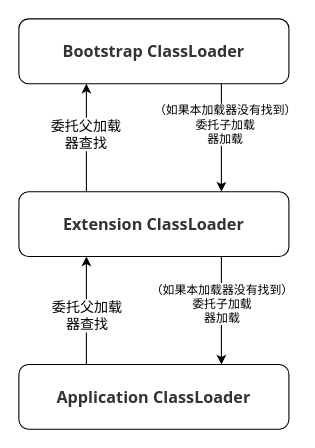
This is JVM/双亲委派机制.drawio from codeyunze/drawio, a draw.io file, before an edit. Source tidied: cells renumbered, new cells numbered last; positions are measured from the earlier drawing's top-left corner, leaving out a move shared by most shapes. Both pictures are drawn from the tidied source at 108%, with x=0, y=0 at pixel (18, 18).
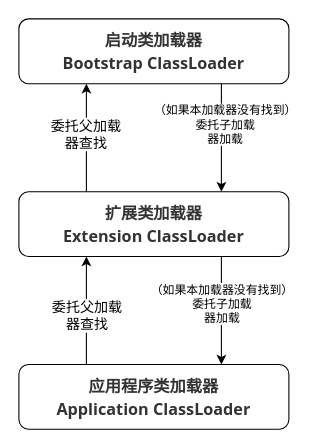
The same diagram, later.

Commit message (it also covers changes not shown here):
更新双亲委派机制.drawio

What changed in the source:
```diff
@@
 <mxGraphModel>
   <root>
     <mxCell id="0" />
     <mxCell id="1" parent="0" />
     <mxCell id="2" style="edgeStyle=orthogonalEdgeStyle;rounded=0;jettySize=auto;html=1;exitX=0.75;exitY=1;exitDx=0;exitDy=0;entryX=0.75;entryY=0;entryDx=0;entryDy=0;" parent="1" edge="1" source="4" target="9">
       <mxGeometry relative="1" as="geometry" />
     </mxCell>
     <mxCell id="3" value="&lt;div&gt;（如果本加载器没有找到）&lt;/div&gt;委托子加载&lt;div&gt;器加载&lt;/div&gt;" style="edgeLabel;html=1;align=center;verticalAlign=middle;" parent="2" vertex="1">
       <mxGeometry x="-0.26" y="3" relative="1" as="geometry" />
     </mxCell>
-    <mxCell id="4" value="&lt;h4 style=&quot;box-sizing: border-box; white-space-collapse: preserve; break-after: avoid-page; break-inside: avoid; orphans: 4; font-size: 1.25em; margin-top: 1rem; margin-bottom: 1rem; position: relative; line-height: 1.4; cursor: text; caret-color: rgb(0, 122, 255); color: rgb(51, 51, 51); font-family: &amp;quot;Open Sans&amp;quot;, &amp;quot;Clear Sans&amp;quot;, &amp;quot;Helvetica Neue&amp;quot;, Helvetica, Arial, &amp;quot;Segoe UI Emoji&amp;quot;, &amp;quot;SF Pro&amp;quot;, sans-serif; text-align: start; background-color: rgb(255, 255, 255);&quot; class=&quot;md-end-block md-heading md-focus&quot;&gt;&lt;span style=&quot;box-sizing: border-box;&quot; class=&quot;md-plain md-expand&quot;&gt;Bootstrap ClassLoader&lt;/span&gt;&lt;/h4&gt;" style="rounded=1;whiteSpace=wrap;html=1;" parent="1" vertex="1">
+    <mxCell id="4" value="&lt;div style=&quot;line-height: 30%;&quot;&gt;&lt;h4 style=&quot;box-sizing: border-box; white-space-collapse: preserve; break-after: avoid-page; break-inside: avoid; orphans: 4; font-size: 1.25em; margin-top: 1rem; margin-bottom: 1rem; position: relative; cursor: text; caret-color: rgb(0, 122, 255); color: rgb(51, 51, 51); background-color: rgb(255, 255, 255); font-family: &amp;quot;Open Sans&amp;quot;, &amp;quot;Clear Sans&amp;quot;, &amp;quot;Helvetica Neue&amp;quot;, Helvetica, Arial, &amp;quot;Segoe UI Emoji&amp;quot;, &amp;quot;SF Pro&amp;quot;, sans-serif; line-height: 30%;&quot; class=&quot;md-end-block md-heading md-focus&quot;&gt;&lt;span style=&quot;box-sizing: border-box;&quot; class=&quot;md-plain md-expand&quot;&gt;启动类加载器&lt;/span&gt;&lt;/h4&gt;&lt;h4 style=&quot;box-sizing: border-box; white-space-collapse: preserve; break-after: avoid-page; break-inside: avoid; orphans: 4; font-size: 1.25em; margin-top: 1rem; margin-bottom: 1rem; position: relative; cursor: text; caret-color: rgb(0, 122, 255); color: rgb(51, 51, 51); background-color: rgb(255, 255, 255); font-family: &amp;quot;Open Sans&amp;quot;, &amp;quot;Clear Sans&amp;quot;, &amp;quot;Helvetica Neue&amp;quot;, Helvetica, Arial, &amp;quot;Segoe UI Emoji&amp;quot;, &amp;quot;SF Pro&amp;quot;, sans-serif; line-height: 30%;&quot; class=&quot;md-end-block md-heading md-focus&quot;&gt;&lt;span style=&quot;box-sizing: border-box;&quot; class=&quot;md-plain md-expand&quot;&gt;Bootstrap ClassLoader&lt;/span&gt;&lt;/h4&gt;&lt;/div&gt;" style="rounded=1;whiteSpace=wrap;html=1;align=center;" parent="1" vertex="1">
       <mxGeometry width="250" height="60" as="geometry" />
     </mxCell>
     <mxCell id="5" style="edgeStyle=orthogonalEdgeStyle;rounded=0;jettySize=auto;html=1;exitX=0.25;exitY=0;exitDx=0;exitDy=0;entryX=0.25;entryY=1;entryDx=0;entryDy=0;" parent="1" edge="1" source="9" target="4">
       <mxGeometry relative="1" as="geometry" />
     </mxCell>
     <mxCell id="6" value="&lt;font style=&quot;font-size: 13px;&quot;&gt;委托父加载&lt;/font&gt;&lt;div&gt;&lt;font style=&quot;font-size: 13px;&quot;&gt;器查找&lt;/font&gt;&lt;/div&gt;" style="edgeLabel;html=1;align=center;verticalAlign=middle;" parent="5" vertex="1">
       <mxGeometry x="0.08" y="2" relative="1" as="geometry">
         <mxPoint x="1" as="offset" />
       </mxGeometry>
     </mxCell>
     <mxCell id="7" style="edgeStyle=orthogonalEdgeStyle;rounded=0;jettySize=auto;html=1;exitX=0.75;exitY=1;exitDx=0;exitDy=0;entryX=0.75;entryY=0;entryDx=0;entryDy=0;" parent="1" edge="1" source="9" target="12">
       <mxGeometry relative="1" as="geometry" />
     </mxCell>
     <mxCell id="8" value="（如果本加载器没有找到）&lt;div&gt;委托子加载&lt;div&gt;器加载&lt;/div&gt;&lt;/div&gt;" style="edgeLabel;html=1;align=center;verticalAlign=middle;" parent="7" vertex="1">
       <mxGeometry x="-0.14" relative="1" as="geometry" />
     </mxCell>
-    <mxCell id="9" value="&lt;h4 style=&quot;box-sizing: border-box; white-space-collapse: preserve; break-after: avoid-page; break-inside: avoid; orphans: 4; font-size: 1.25em; margin-top: 1rem; margin-bottom: 1rem; position: relative; line-height: 1.4; cursor: text; caret-color: rgb(0, 122, 255); color: rgb(51, 51, 51); font-family: &amp;quot;Open Sans&amp;quot;, &amp;quot;Clear Sans&amp;quot;, &amp;quot;Helvetica Neue&amp;quot;, Helvetica, Arial, &amp;quot;Segoe UI Emoji&amp;quot;, &amp;quot;SF Pro&amp;quot;, sans-serif; text-align: start; background-color: rgb(255, 255, 255);&quot; class=&quot;md-end-block md-heading md-focus&quot;&gt;&lt;span style=&quot;box-sizing: border-box;&quot; class=&quot;md-plain md-expand&quot;&gt;Extension ClassLoader&lt;/span&gt;&lt;/h4&gt;" style="rounded=1;whiteSpace=wrap;html=1;" parent="1" vertex="1">
+    <mxCell id="9" value="&lt;div style=&quot;line-height: 30%;&quot;&gt;&lt;h4 style=&quot;box-sizing: border-box; white-space-collapse: preserve; break-after: avoid-page; break-inside: avoid; orphans: 4; font-size: 1.25em; margin-top: 1rem; margin-bottom: 1rem; position: relative; cursor: text; caret-color: rgb(0, 122, 255); color: rgb(51, 51, 51); font-family: &amp;quot;Open Sans&amp;quot;, &amp;quot;Clear Sans&amp;quot;, &amp;quot;Helvetica Neue&amp;quot;, Helvetica, Arial, &amp;quot;Segoe UI Emoji&amp;quot;, &amp;quot;SF Pro&amp;quot;, sans-serif; background-color: rgb(255, 255, 255); line-height: 30%;&quot; class=&quot;md-end-block md-heading md-focus&quot;&gt;&lt;span style=&quot;box-sizing: border-box;&quot; class=&quot;md-plain md-expand&quot;&gt;扩展类加载器&lt;/span&gt;&lt;/h4&gt;&lt;h4 style=&quot;box-sizing: border-box; white-space-collapse: preserve; break-after: avoid-page; break-inside: avoid; orphans: 4; font-size: 1.25em; margin-top: 1rem; margin-bottom: 1rem; position: relative; cursor: text; caret-color: rgb(0, 122, 255); color: rgb(51, 51, 51); font-family: &amp;quot;Open Sans&amp;quot;, &amp;quot;Clear Sans&amp;quot;, &amp;quot;Helvetica Neue&amp;quot;, Helvetica, Arial, &amp;quot;Segoe UI Emoji&amp;quot;, &amp;quot;SF Pro&amp;quot;, sans-serif; background-color: rgb(255, 255, 255); line-height: 30%;&quot; class=&quot;md-end-block md-heading md-focus&quot;&gt;&lt;span style=&quot;box-sizing: border-box;&quot; class=&quot;md-plain md-expand&quot;&gt;Extension ClassLoader&lt;/span&gt;&lt;/h4&gt;&lt;/div&gt;" style="rounded=1;whiteSpace=wrap;html=1;align=center;" parent="1" vertex="1">
       <mxGeometry y="160" width="250" height="60" as="geometry" />
     </mxCell>
     <mxCell id="10" style="edgeStyle=orthogonalEdgeStyle;rounded=0;jettySize=auto;html=1;exitX=0.25;exitY=0;exitDx=0;exitDy=0;entryX=0.25;entryY=1;entryDx=0;entryDy=0;" parent="1" edge="1" source="12" target="9">
       <mxGeometry relative="1" as="geometry" />
     </mxCell>
     <mxCell id="11" value="&lt;font style=&quot;font-size: 13px;&quot;&gt;委托父加载&lt;/font&gt;&lt;div&gt;&lt;font style=&quot;font-size: 13px;&quot;&gt;器查找&lt;/font&gt;&lt;/div&gt;" style="edgeLabel;html=1;align=center;verticalAlign=middle;" parent="10" vertex="1">
       <mxGeometry x="-0.08" y="1" relative="1" as="geometry">
         <mxPoint x="1" as="offset" />
       </mxGeometry>
     </mxCell>
-    <mxCell id="12" value="&lt;h4 style=&quot;box-sizing: border-box; white-space-collapse: preserve; break-after: avoid-page; break-inside: avoid; orphans: 4; font-size: 1.25em; margin-top: 1rem; margin-bottom: 1rem; position: relative; line-height: 1.4; cursor: text; caret-color: rgb(0, 122, 255); color: rgb(51, 51, 51); font-family: &amp;quot;Open Sans&amp;quot;, &amp;quot;Clear Sans&amp;quot;, &amp;quot;Helvetica Neue&amp;quot;, Helvetica, Arial, &amp;quot;Segoe UI Emoji&amp;quot;, &amp;quot;SF Pro&amp;quot;, sans-serif; text-align: start; background-color: rgb(255, 255, 255);&quot; class=&quot;md-end-block md-heading md-focus&quot;&gt;&lt;span style=&quot;box-sizing: border-box;&quot; class=&quot;md-plain md-expand&quot;&gt;Application ClassLoader&lt;/span&gt;&lt;/h4&gt;" style="rounded=1;whiteSpace=wrap;html=1;" parent="1" vertex="1">
+    <mxCell id="12" value="&lt;div style=&quot;line-height: 30%;&quot;&gt;&lt;h4 style=&quot;box-sizing: border-box; white-space-collapse: preserve; break-after: avoid-page; break-inside: avoid; orphans: 4; font-size: 1.25em; margin-top: 1rem; margin-bottom: 1rem; position: relative; cursor: text; caret-color: rgb(0, 122, 255); color: rgb(51, 51, 51); font-family: &amp;quot;Open Sans&amp;quot;, &amp;quot;Clear Sans&amp;quot;, &amp;quot;Helvetica Neue&amp;quot;, Helvetica, Arial, &amp;quot;Segoe UI Emoji&amp;quot;, &amp;quot;SF Pro&amp;quot;, sans-serif; background-color: rgb(255, 255, 255); line-height: 30%;&quot; class=&quot;md-end-block md-heading md-focus&quot;&gt;&lt;span style=&quot;box-sizing: border-box;&quot; class=&quot;md-plain md-expand&quot;&gt;应用程序类加载器&lt;/span&gt;&lt;/h4&gt;&lt;h4 style=&quot;box-sizing: border-box; white-space-collapse: preserve; break-after: avoid-page; break-inside: avoid; orphans: 4; font-size: 1.25em; margin-top: 1rem; margin-bottom: 1rem; position: relative; cursor: text; caret-color: rgb(0, 122, 255); color: rgb(51, 51, 51); font-family: &amp;quot;Open Sans&amp;quot;, &amp;quot;Clear Sans&amp;quot;, &amp;quot;Helvetica Neue&amp;quot;, Helvetica, Arial, &amp;quot;Segoe UI Emoji&amp;quot;, &amp;quot;SF Pro&amp;quot;, sans-serif; background-color: rgb(255, 255, 255); line-height: 30%;&quot; class=&quot;md-end-block md-heading md-focus&quot;&gt;&lt;span style=&quot;box-sizing: border-box;&quot; class=&quot;md-plain md-expand&quot;&gt;Application ClassLoader&lt;/span&gt;&lt;/h4&gt;&lt;/div&gt;" style="rounded=1;whiteSpace=wrap;html=1;align=center;" parent="1" vertex="1">
       <mxGeometry y="320" width="250" height="60" as="geometry" />
     </mxCell>
   </root>
 </mxGraphModel>
```
